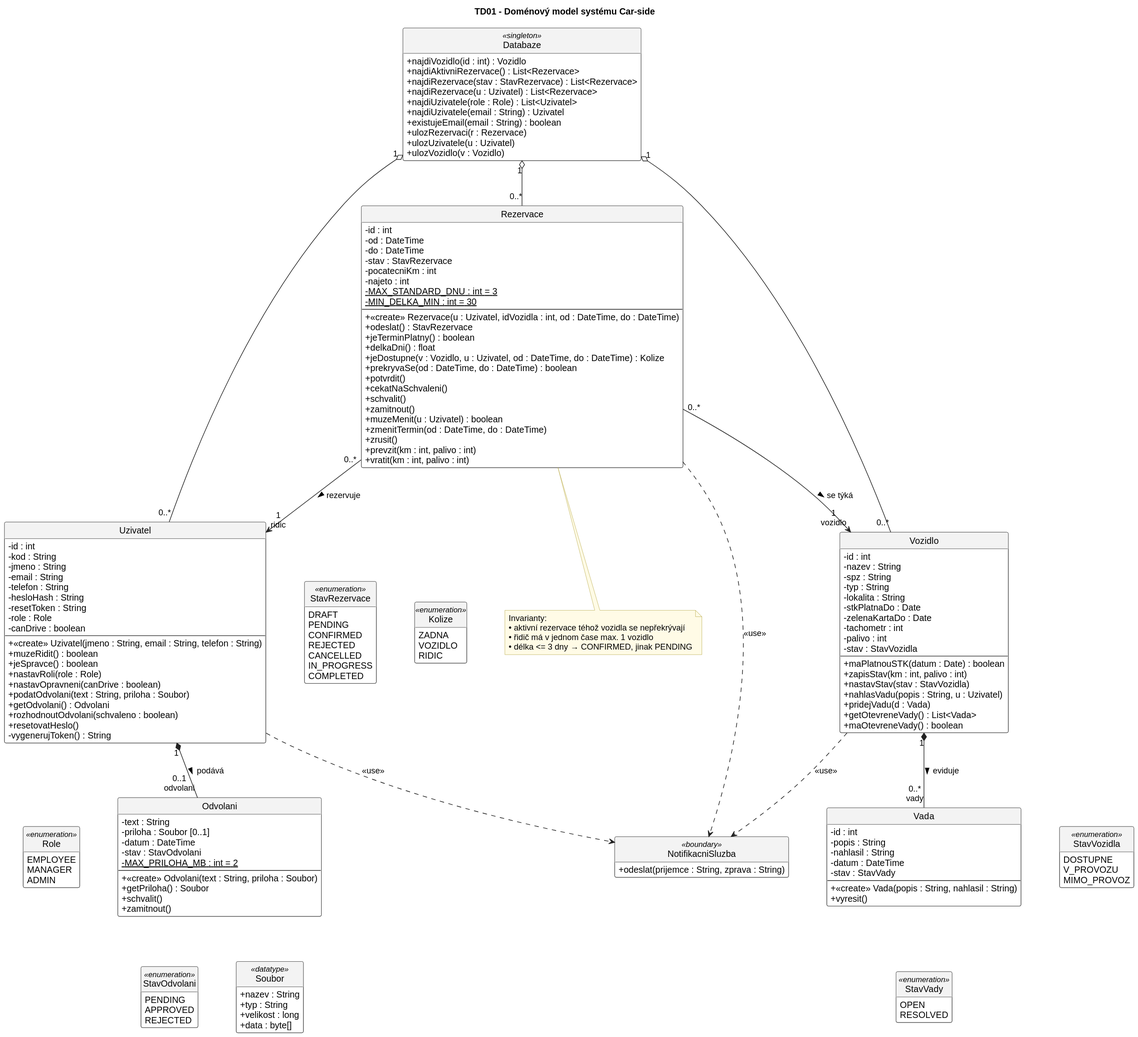
This is diagrams/tridni_diagramy/svg/TD01_DomenovyModel.svg from Sosto1/Car-side, a PlantUML export, as it was before one commit. Source of this version:
```plantuml
@startuml
skinparam defaultFontName Arial
skinparam shadowing false
skinparam classAttributeIconSize 0
skinparam ArrowColor #222222
skinparam ClassBackgroundColor #FFFFFF
skinparam ClassBorderColor #222222
skinparam ClassHeaderBackgroundColor #F3F3F3
skinparam StereotypeFontSize 11
skinparam NoteBackgroundColor #FFFBE6
skinparam NoteBorderColor #B5A642
skinparam nodesep 60
skinparam ranksep 70
hide circle
hide empty members

title TD01 - Doménový model systému Car-side


class Rezervace {
  - id : int
  - od : DateTime
  - do : DateTime
  - stav : StavRezervace
  - pocatecniKm : int
  - najeto : int
  - {static} MAX_STANDARD_DNU : int = 3
  - {static} MIN_DELKA_MIN : int = 30
  --
  + «create» Rezervace(u : Uzivatel, idVozidla : int, od : DateTime, do : DateTime)
  + odeslat() : StavRezervace
  + jeTerminPlatny() : boolean
  + delkaDni() : float
  + jeDostupne(v : Vozidlo, u : Uzivatel, od : DateTime, do : DateTime) : Kolize
  + prekryvaSe(od : DateTime, do : DateTime) : boolean
  + potvrdit()
  + cekatNaSchvaleni()
  + schvalit()
  + zamitnout()
  + muzeMenit(u : Uzivatel) : boolean
  + zmenitTermin(od : DateTime, do : DateTime)
  + zrusit()
  + prevzit(km : int, palivo : int)
  + vratit(km : int, palivo : int)
}

class Uzivatel {
  - id : int
  - kod : String
  - jmeno : String
  - email : String
  - telefon : String
  - hesloHash : String
  - resetToken : String
  - role : Role
  - canDrive : boolean
  --
  + «create» Uzivatel(jmeno : String, email : String, telefon : String)
  + muzeRidit() : boolean
  + jeSpravce() : boolean
  + nastavRoli(role : Role)
  + nastavOpravneni(canDrive : boolean)
  + podatOdvolani(text : String, priloha : Soubor)
  + getOdvolani() : Odvolani
  + rozhodnoutOdvolani(schvaleno : boolean)
  + resetovatHeslo()
  - vygenerujToken() : String
}

class Vozidlo {
  - id : int
  - nazev : String
  - spz : String
  - typ : String
  - lokalita : String
  - stkPlatnaDo : Date
  - zelenaKartaDo : Date
  - tachometr : int
  - palivo : int
  - stav : StavVozidla
  --
  + maPlatnouSTK(datum : Date) : boolean
  + zapisStav(km : int, palivo : int)
  + nastavStav(stav : StavVozidla)
  + nahlasVadu(popis : String, u : Uzivatel)
  + pridejVadu(d : Vada)
  + getOtevreneVady() : List<Vada>
  + maOtevreneVady() : boolean
}

class Vada {
  - id : int
  - popis : String
  - nahlasil : String
  - datum : DateTime
  - stav : StavVady
  --
  + «create» Vada(popis : String, nahlasil : String)
  + vyresit()
}

class Odvolani {
  - text : String
  - priloha : Soubor [0..1]
  - datum : DateTime
  - stav : StavOdvolani
  - {static} MAX_PRILOHA_MB : int = 2
  --
  + «create» Odvolani(text : String, priloha : Soubor)
  + getPriloha() : Soubor
  + schvalit()
  + zamitnout()
}

class Databaze <<singleton>> {
  + najdiVozidlo(id : int) : Vozidlo
  + najdiAktivniRezervace() : List<Rezervace>
  + najdiRezervace(stav : StavRezervace) : List<Rezervace>
  + najdiRezervace(u : Uzivatel) : List<Rezervace>
  + najdiUzivatele(role : Role) : List<Uzivatel>
  + najdiUzivatele(email : String) : Uzivatel
  + existujeEmail(email : String) : boolean
  + ulozRezervaci(r : Rezervace)
  + ulozUzivatele(u : Uzivatel)
  + ulozVozidlo(v : Vozidlo)
}

class NotifikacniSluzba <<boundary>> {
  + odeslat(prijemce : String, zprava : String)
}

class Soubor <<datatype>> {
  + nazev : String
  + typ : String
  + velikost : long
  + data : byte[]
}


enum StavRezervace <<enumeration>> {
  DRAFT
  PENDING
  CONFIRMED
  REJECTED
  CANCELLED
  IN_PROGRESS
  COMPLETED
}

enum Kolize <<enumeration>> {
  ZADNA
  VOZIDLO
  RIDIC
}

enum Role <<enumeration>> {
  EMPLOYEE
  MANAGER
  ADMIN
}

enum StavVozidla <<enumeration>> {
  DOSTUPNE
  V_PROVOZU
  MIMO_PROVOZ
}

enum StavVady <<enumeration>> {
  OPEN
  RESOLVED
}

enum StavOdvolani <<enumeration>> {
  PENDING
  APPROVED
  REJECTED
}


Rezervace "0..*" --> "1\nridic" Uzivatel : rezervuje >
Rezervace "0..*" --> "1\nvozidlo" Vozidlo : se týká >

Vozidlo "1" *-- "0..*\nvady" Vada : eviduje >
Uzivatel "1" *-- "0..1\nodvolani" Odvolani : podává >

Databaze "1" o-- "0..*" Uzivatel
Databaze "1" o-- "0..*" Vozidlo
Databaze "1" o-- "0..*" Rezervace

Rezervace ..> NotifikacniSluzba : <<use>>
Uzivatel ..> NotifikacniSluzba : <<use>>
Vozidlo ..> NotifikacniSluzba : <<use>>

Odvolani -[hidden]- Soubor

Rezervace -[hidden]- StavRezervace
Rezervace -[hidden]- Kolize
Uzivatel -[hidden]- Role
Vozidlo -[hidden]- StavVozidla
Vada -[hidden]- StavVady
Odvolani -[hidden]- StavOdvolani

note bottom of Rezervace
  Invarianty:
  • aktivní rezervace téhož vozidla se nepřekrývají
  • řidič má v jednom čase max. 1 vozidlo
  • délka <= 3 dny → CONFIRMED, jinak PENDING
end note
@enduml
```
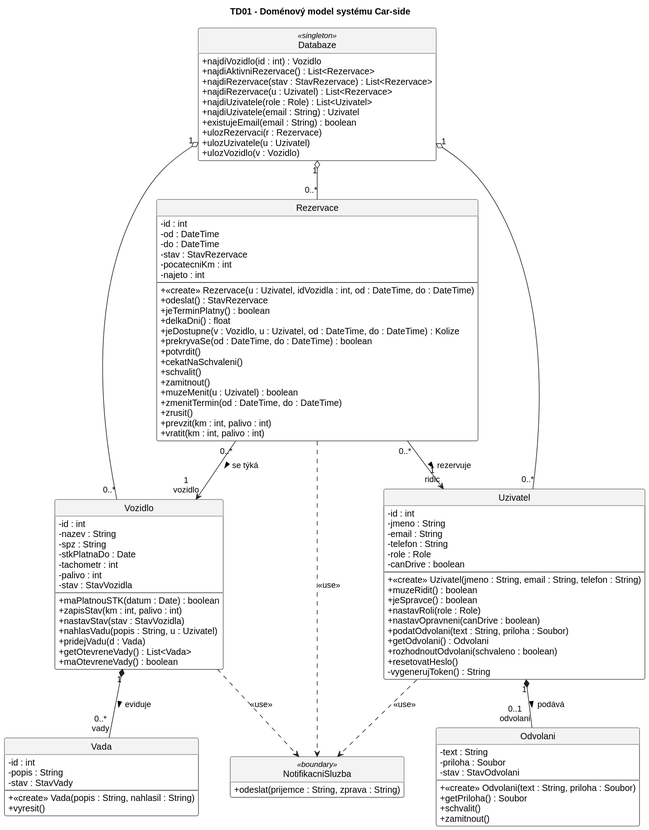
The same diagram one commit later.

What changed in the source:
```diff
@@ -9,8 +9,8 @@
 skinparam StereotypeFontSize 11
 skinparam NoteBackgroundColor #FFFBE6
 skinparam NoteBorderColor #B5A642
-skinparam nodesep 60
-skinparam ranksep 70
+skinparam nodesep 50
+skinparam ranksep 60
 hide circle
 hide empty members
 
@@ -24,8 +24,6 @@
   - stav : StavRezervace
   - pocatecniKm : int
   - najeto : int
-  - {static} MAX_STANDARD_DNU : int = 3
-  - {static} MIN_DELKA_MIN : int = 30
   --
   + «create» Rezervace(u : Uzivatel, idVozidla : int, od : DateTime, do : DateTime)
   + odeslat() : StavRezervace
@@ -46,12 +44,9 @@
 
 class Uzivatel {
   - id : int
-  - kod : String
   - jmeno : String
   - email : String
   - telefon : String
-  - hesloHash : String
-  - resetToken : String
   - role : Role
   - canDrive : boolean
   --
@@ -71,10 +66,7 @@
   - id : int
   - nazev : String
   - spz : String
-  - typ : String
-  - lokalita : String
   - stkPlatnaDo : Date
-  - zelenaKartaDo : Date
   - tachometr : int
   - palivo : int
   - stav : StavVozidla
@@ -91,8 +83,6 @@
 class Vada {
   - id : int
   - popis : String
-  - nahlasil : String
-  - datum : DateTime
   - stav : StavVady
   --
   + «create» Vada(popis : String, nahlasil : String)
@@ -101,10 +91,8 @@
 
 class Odvolani {
   - text : String
-  - priloha : Soubor [0..1]
-  - datum : DateTime
+  - priloha : Soubor
   - stav : StavOdvolani
-  - {static} MAX_PRILOHA_MB : int = 2
   --
   + «create» Odvolani(text : String, priloha : Soubor)
   + getPriloha() : Soubor
@@ -129,53 +117,6 @@
   + odeslat(prijemce : String, zprava : String)
 }
 
-class Soubor <<datatype>> {
-  + nazev : String
-  + typ : String
-  + velikost : long
-  + data : byte[]
-}
-
-
-enum StavRezervace <<enumeration>> {
-  DRAFT
-  PENDING
-  CONFIRMED
-  REJECTED
-  CANCELLED
-  IN_PROGRESS
-  COMPLETED
-}
-
-enum Kolize <<enumeration>> {
-  ZADNA
-  VOZIDLO
-  RIDIC
-}
-
-enum Role <<enumeration>> {
-  EMPLOYEE
-  MANAGER
-  ADMIN
-}
-
-enum StavVozidla <<enumeration>> {
-  DOSTUPNE
-  V_PROVOZU
-  MIMO_PROVOZ
-}
-
-enum StavVady <<enumeration>> {
-  OPEN
-  RESOLVED
-}
-
-enum StavOdvolani <<enumeration>> {
-  PENDING
-  APPROVED
-  REJECTED
-}
-
 
 Rezervace "0..*" --> "1\nridic" Uzivatel : rezervuje >
 Rezervace "0..*" --> "1\nvozidlo" Vozidlo : se týká >
@@ -190,20 +131,4 @@
 Rezervace ..> NotifikacniSluzba : <<use>>
 Uzivatel ..> NotifikacniSluzba : <<use>>
 Vozidlo ..> NotifikacniSluzba : <<use>>
-
-Odvolani -[hidden]- Soubor
-
-Rezervace -[hidden]- StavRezervace
-Rezervace -[hidden]- Kolize
-Uzivatel -[hidden]- Role
-Vozidlo -[hidden]- StavVozidla
-Vada -[hidden]- StavVady
-Odvolani -[hidden]- StavOdvolani
-
-note bottom of Rezervace
-  Invarianty:
-  • aktivní rezervace téhož vozidla se nepřekrývají
-  • řidič má v jednom čase max. 1 vozidlo
-  • délka <= 3 dny → CONFIRMED, jinak PENDING
-end note
 @enduml
```
